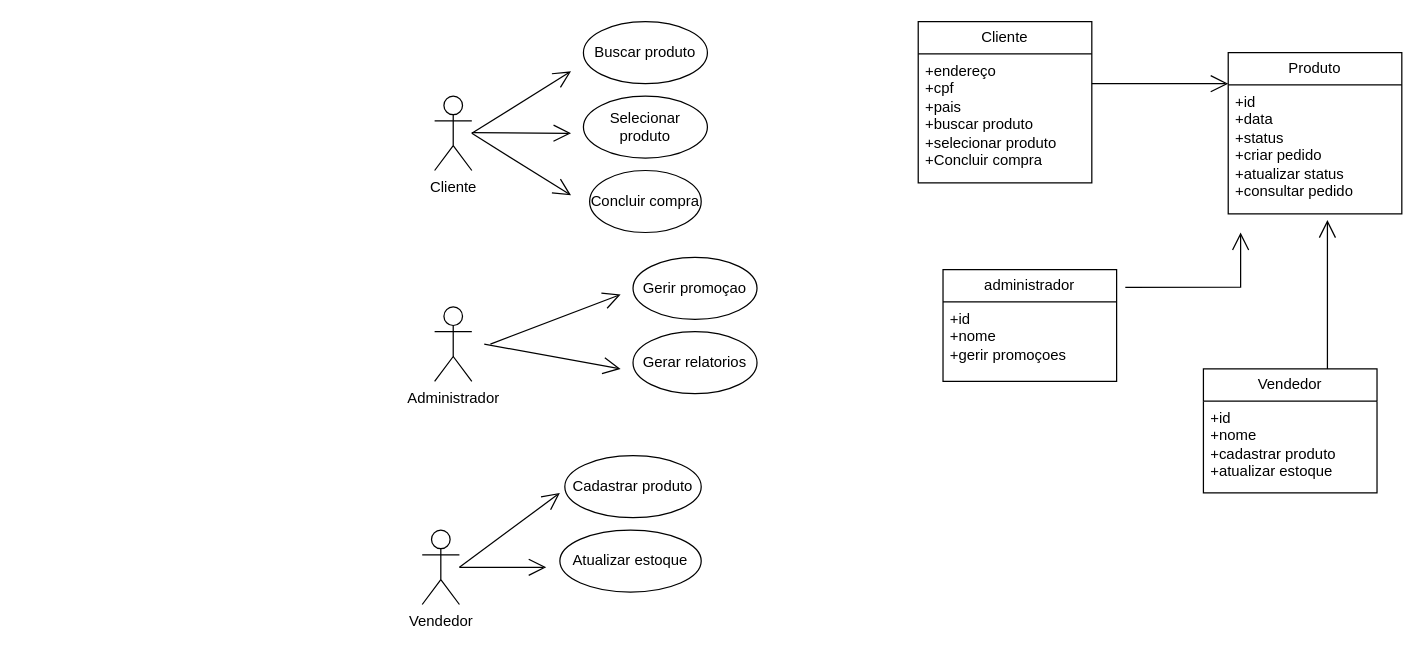
Earlier version of the draw.io diagram page "Página-15" (15 of 16) of Diagrama sem nome.drawio (Raquelf-06/diagramasderequisitos). Source tidied: cells renumbered, new cells numbered last; positions are measured from the earlier drawing's top-left corner, leaving out a move shared by most shapes. Both pictures are drawn from the tidied source at 124%, with x=0, y=0 at pixel (422, 21).
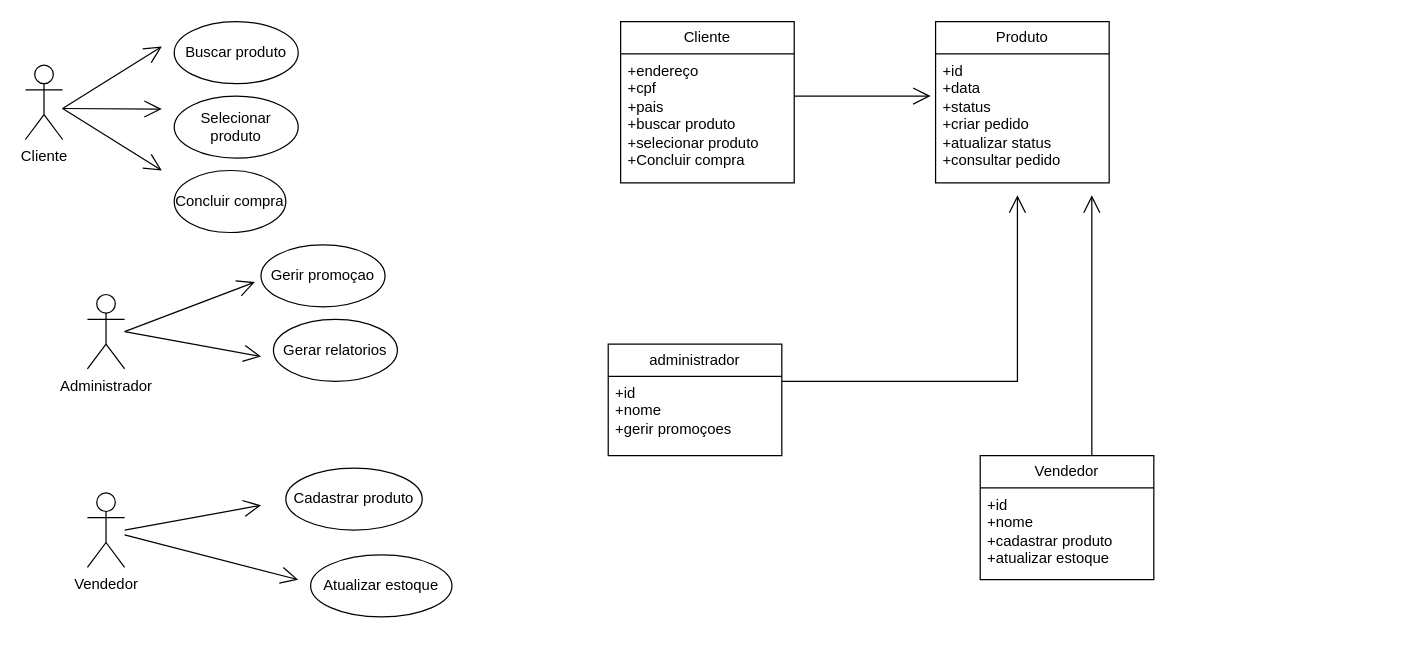
After the change.

Diff of the diagram source:
```diff
@@
     <mxCell id="2" value="Cliente" style="shape=umlActor;verticalLabelPosition=bottom;verticalAlign=top;html=1;" parent="1" vertex="1">
-      <mxGeometry x="10" y="60" width="30" height="60" as="geometry" />
+      <mxGeometry x="-320" y="35" width="30" height="60" as="geometry" />
     </mxCell>
     <mxCell id="3" value="Buscar produto" style="ellipse;whiteSpace=wrap;html=1;" parent="1" vertex="1">
-      <mxGeometry x="130" width="100" height="50" as="geometry" />
+      <mxGeometry x="-200" width="100" height="50" as="geometry" />
     </mxCell>
     <mxCell id="4" value="Selecionar produto" style="ellipse;whiteSpace=wrap;html=1;" parent="1" vertex="1">
-      <mxGeometry x="130" y="60" width="100" height="50" as="geometry" />
+      <mxGeometry x="-200" y="60" width="100" height="50" as="geometry" />
     </mxCell>
     <mxCell id="5" value="Concluir compra" style="ellipse;whiteSpace=wrap;html=1;" parent="1" vertex="1">
-      <mxGeometry x="135" y="120" width="90" height="50" as="geometry" />
+      <mxGeometry x="-200" y="120" width="90" height="50" as="geometry" />
     </mxCell>
     <mxCell id="6" value="Administrador" style="shape=umlActor;verticalLabelPosition=bottom;verticalAlign=top;html=1;" parent="1" vertex="1">
-      <mxGeometry x="10" y="230" width="30" height="60" as="geometry" />
+      <mxGeometry x="-270" y="220" width="30" height="60" as="geometry" />
     </mxCell>
     <mxCell id="7" value="Gerir promoçao" style="ellipse;whiteSpace=wrap;html=1;" parent="1" vertex="1">
-      <mxGeometry x="170" y="190" width="100" height="50" as="geometry" />
+      <mxGeometry x="-130" y="180" width="100" height="50" as="geometry" />
     </mxCell>
     <mxCell id="8" value="Gerar relatorios" style="ellipse;whiteSpace=wrap;html=1;" parent="1" vertex="1">
-      <mxGeometry x="170" y="250" width="100" height="50" as="geometry" />
+      <mxGeometry x="-120" y="240" width="100" height="50" as="geometry" />
     </mxCell>
@@
     <mxCell id="10" value="Cadastrar produto" style="ellipse;whiteSpace=wrap;html=1;" parent="1" vertex="1">
-      <mxGeometry x="115" y="350" width="110" height="50" as="geometry" />
+      <mxGeometry x="-110" y="360" width="110" height="50" as="geometry" />
     </mxCell>
     <mxCell id="11" value="Atualizar estoque" style="ellipse;whiteSpace=wrap;html=1;" parent="1" vertex="1">
-      <mxGeometry x="111" y="410" width="114" height="50" as="geometry" />
+      <mxGeometry x="-90" y="430" width="114" height="50" as="geometry" />
     </mxCell>
     <mxCell id="12" style="endArrow=open;endFill=1;endSize=12;html=1;rounded=0;" parent="1" edge="1">
       <mxGeometry relative="1" as="geometry">
-        <mxPoint x="40" y="90" as="sourcePoint" />
-        <mxPoint x="120" y="40" as="targetPoint" />
+        <mxPoint x="-290" y="70" as="sourcePoint" />
+        <mxPoint x="-210" y="20" as="targetPoint" />
       </mxGeometry>
     </mxCell>
     <mxCell id="13" style="endArrow=open;endFill=1;endSize=12;html=1;rounded=0;" parent="1" edge="1">
       <mxGeometry relative="1" as="geometry">
-        <mxPoint x="40" y="89.5" as="sourcePoint" />
-        <mxPoint x="120" y="90" as="targetPoint" />
+        <mxPoint x="-290" y="70" as="sourcePoint" />
+        <mxPoint x="-210" y="70.5" as="targetPoint" />
       </mxGeometry>
     </mxCell>
     <mxCell id="14" style="endArrow=open;endFill=1;endSize=12;html=1;rounded=0;" parent="1" edge="1">
       <mxGeometry relative="1" as="geometry">
-        <mxPoint x="40" y="90" as="sourcePoint" />
-        <mxPoint x="120" y="140" as="targetPoint" />
+        <mxPoint x="-290" y="70" as="sourcePoint" />
+        <mxPoint x="-210" y="120" as="targetPoint" />
       </mxGeometry>
     </mxCell>
     <mxCell id="15" style="endArrow=open;endFill=1;endSize=12;html=1;rounded=0;" parent="1" edge="1">
       <mxGeometry relative="1" as="geometry">
-        <mxPoint x="55" y="260" as="sourcePoint" />
-        <mxPoint x="160" y="220" as="targetPoint" />
+        <mxPoint x="-240" y="250" as="sourcePoint" />
+        <mxPoint x="-135" y="210" as="targetPoint" />
       </mxGeometry>
     </mxCell>
     <mxCell id="16" style="endArrow=open;endFill=1;endSize=12;html=1;rounded=0;" parent="1" edge="1">
       <mxGeometry relative="1" as="geometry">
-        <mxPoint x="50" y="260" as="sourcePoint" />
-        <mxPoint x="160" y="280" as="targetPoint" />
+        <mxPoint x="-240" y="250" as="sourcePoint" />
+        <mxPoint x="-130" y="270" as="targetPoint" />
       </mxGeometry>
     </mxCell>
     <mxCell id="17" style="endArrow=open;endFill=1;endSize=12;html=1;rounded=0;" parent="1" edge="1">
       <mxGeometry relative="1" as="geometry">
-        <mxPoint x="30" y="440" as="sourcePoint" />
-        <mxPoint x="111" y="380" as="targetPoint" />
+        <mxPoint x="-240" y="410" as="sourcePoint" />
+        <mxPoint x="-130" y="390" as="targetPoint" />
       </mxGeometry>
     </mxCell>
     <mxCell id="18" style="endArrow=open;endFill=1;endSize=12;html=1;rounded=0;" parent="1" edge="1" source="19">
       <mxGeometry relative="1" as="geometry">
-        <mxPoint x="100" y="440" as="targetPoint" />
+        <mxPoint x="-100" y="450" as="targetPoint" />
       </mxGeometry>
     </mxCell>
     <mxCell id="19" value="Vendedor" style="shape=umlActor;verticalLabelPosition=bottom;verticalAlign=top;html=1;" parent="1" vertex="1">
-      <mxGeometry y="410" width="30" height="60" as="geometry" />
+      <mxGeometry x="-270" y="380" width="30" height="60" as="geometry" />
     </mxCell>
     <mxCell id="20" value="Cliente" style="swimlane;fontStyle=0;horizontal=1;startSize=26;fillColor=none;whiteSpace=wrap;html=1;" parent="1" vertex="1">
-      <mxGeometry x="400" width="140" height="130" as="geometry" />
+      <mxGeometry x="160" width="140" height="130" as="geometry" />
     </mxCell>
@@
     <mxCell id="22" value="administrador" style="swimlane;fontStyle=0;horizontal=1;startSize=26;fillColor=none;whiteSpace=wrap;html=1;" parent="1" vertex="1">
-      <mxGeometry x="420" y="200" width="140" height="90" as="geometry" />
+      <mxGeometry x="150" y="260" width="140" height="90" as="geometry" />
     </mxCell>
@@
     <mxCell id="24" value="Vendedor" style="swimlane;fontStyle=0;horizontal=1;startSize=26;fillColor=none;whiteSpace=wrap;html=1;" parent="1" vertex="1">
-      <mxGeometry x="630" y="280" width="140" height="100" as="geometry" />
+      <mxGeometry x="450" y="350" width="140" height="100" as="geometry" />
     </mxCell>
@@
     <mxCell id="26" value="Produto" style="swimlane;fontStyle=0;horizontal=1;startSize=26;fillColor=none;whiteSpace=wrap;html=1;" parent="1" vertex="1">
-      <mxGeometry x="650" y="25" width="140" height="130" as="geometry" />
+      <mxGeometry x="414" width="140" height="130" as="geometry" />
     </mxCell>
@@
     <mxCell id="28" style="endArrow=open;endFill=1;endSize=12;html=1;rounded=0;" parent="1" edge="1">
       <mxGeometry relative="1" as="geometry">
-        <mxPoint x="540" y="50" as="sourcePoint" />
-        <mxPoint x="650" y="50" as="targetPoint" />
+        <mxPoint x="300" y="60" as="sourcePoint" />
+        <mxPoint x="410" y="60" as="targetPoint" />
       </mxGeometry>
     </mxCell>
     <mxCell id="29" style="endArrow=open;endFill=1;endSize=12;html=1;rounded=0;" parent="1" edge="1">
       <mxGeometry relative="1" as="geometry">
-        <mxPoint x="730" y="280" as="sourcePoint" />
-        <mxPoint x="730" y="160" as="targetPoint" />
+        <mxPoint x="540" y="350" as="sourcePoint" />
+        <mxPoint x="540" y="140" as="targetPoint" />
       </mxGeometry>
     </mxCell>
-    <mxCell id="30" style="endArrow=open;endFill=1;endSize=12;html=1;rounded=0;exitX=1.05;exitY=0.158;exitDx=0;exitDy=0;exitPerimeter=0;" parent="1" edge="1" source="22">
+    <mxCell id="30" style="endArrow=open;endFill=1;endSize=12;html=1;rounded=0;exitX=1.05;exitY=0.158;exitDx=0;exitDy=0;exitPerimeter=0;" parent="1" edge="1">
       <mxGeometry relative="1" as="geometry">
-        <mxPoint x="660" y="170" as="targetPoint" />
+        <mxPoint x="290" y="290" as="sourcePoint" />
+        <mxPoint x="480" y="140" as="targetPoint" />
         <Array as="points">
-          <mxPoint x="660" y="214" />
+          <mxPoint x="480" y="290" />
         </Array>
       </mxGeometry>
     </mxCell>
```
